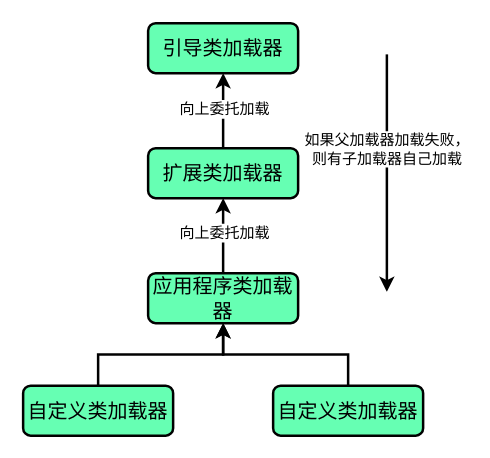
Above: page "双亲委派" (10 of 10) of jvm/jvm内存模型.drawio in LiHuiBin1995/study-java (draw.io), before the change. Source tidied: cells renumbered, new cells numbered last; positions are measured from the earlier drawing's top-left corner, leaving out a move shared by most shapes. Both pictures are drawn from the tidied source at 125%, with x=0, y=0 at pixel (22, 22).
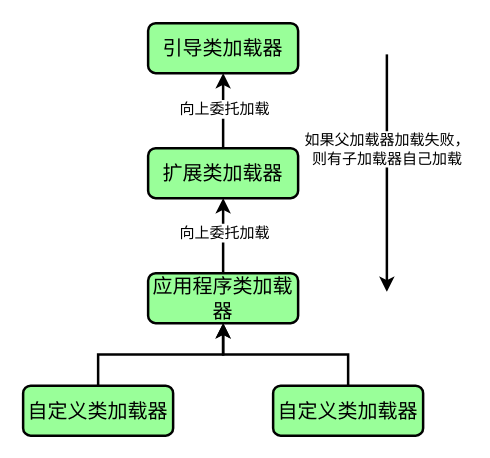
The same diagram, later.

Commit message (it also covers changes not shown here):
更新jvm内存模型.drawio

The edit, as a diff of the source:
```diff
@@
 <mxGraphModel>
   <root>
     <mxCell id="0" />
     <mxCell id="1" parent="0" />
-    <mxCell id="2" value="引导类加载器" style="rounded=1;whiteSpace=wrap;html=1;fontSize=16;fontColor=#000000;strokeColor=#000000;fillColor=#66FFB3;align=center;strokeWidth=2;" parent="1" vertex="1">
+    <mxCell id="2" value="引导类加载器" style="rounded=1;whiteSpace=wrap;html=1;fontSize=16;fontColor=#000000;strokeColor=#000000;fillColor=#99FF99;align=center;strokeWidth=2;" parent="1" vertex="1">
       <mxGeometry x="100" width="120" height="40" as="geometry" />
     </mxCell>
     <mxCell id="3" style="edgeStyle=orthogonalEdgeStyle;rounded=0;jettySize=auto;html=1;exitX=0.5;exitY=0;exitDx=0;exitDy=0;entryX=0.5;entryY=1;entryDx=0;entryDy=0;fontSize=16;fontColor=#000000;endArrow=classic;endFill=1;strokeColor=#000000;strokeWidth=2;fillColor=#007FFF;" parent="1" edge="1" source="5" target="2">
       <mxGeometry relative="1" as="geometry" />
     </mxCell>
     <mxCell id="4" value="向上委托加载" style="edgeLabel;html=1;align=center;verticalAlign=middle;fontSize=12;fontColor=#000000;" parent="3" vertex="1">
       <mxGeometry x="0.07" relative="1" as="geometry" />
     </mxCell>
-    <mxCell id="5" value="扩展类加载器" style="rounded=1;whiteSpace=wrap;html=1;fontSize=16;fontColor=#000000;strokeColor=#000000;fillColor=#66FFB3;align=center;strokeWidth=2;" parent="1" vertex="1">
+    <mxCell id="5" value="扩展类加载器" style="rounded=1;whiteSpace=wrap;html=1;fontSize=16;fontColor=#000000;strokeColor=#000000;fillColor=#99FF99;align=center;strokeWidth=2;" parent="1" vertex="1">
       <mxGeometry x="100" y="100" width="120" height="40" as="geometry" />
     </mxCell>
     <mxCell id="6" style="edgeStyle=orthogonalEdgeStyle;rounded=0;jettySize=auto;html=1;exitX=0.5;exitY=0;exitDx=0;exitDy=0;entryX=0.5;entryY=1;entryDx=0;entryDy=0;fontSize=16;fontColor=#000000;endArrow=classic;endFill=1;strokeColor=#000000;strokeWidth=2;fillColor=#007FFF;" parent="1" edge="1" source="8" target="5">
       <mxGeometry relative="1" as="geometry" />
     </mxCell>
     <mxCell id="7" value="向上委托加载" style="edgeLabel;html=1;align=center;verticalAlign=middle;fontSize=12;fontColor=#000000;" parent="6" vertex="1">
       <mxGeometry x="0.09" relative="1" as="geometry" />
     </mxCell>
-    <mxCell id="8" value="应用程序类加载器" style="rounded=1;whiteSpace=wrap;html=1;fontSize=16;fontColor=#000000;strokeColor=#000000;fillColor=#66FFB3;align=center;strokeWidth=2;" parent="1" vertex="1">
+    <mxCell id="8" value="应用程序类加载器" style="rounded=1;whiteSpace=wrap;html=1;fontSize=16;fontColor=#000000;strokeColor=#000000;fillColor=#99FF99;align=center;strokeWidth=2;" parent="1" vertex="1">
       <mxGeometry x="100" y="200" width="120" height="40" as="geometry" />
     </mxCell>
     <mxCell id="9" style="edgeStyle=orthogonalEdgeStyle;rounded=0;jettySize=auto;html=1;exitX=0.5;exitY=0;exitDx=0;exitDy=0;entryX=0.5;entryY=1;entryDx=0;entryDy=0;fontSize=16;fontColor=#000000;endArrow=classic;endFill=1;strokeColor=#000000;strokeWidth=2;fillColor=#007FFF;" parent="1" edge="1" source="10" target="8">
       <mxGeometry relative="1" as="geometry" />
     </mxCell>
-    <mxCell id="10" value="自定义类加载器" style="rounded=1;whiteSpace=wrap;html=1;fontSize=16;fontColor=#000000;strokeColor=#000000;fillColor=#66FFB3;align=center;strokeWidth=2;" parent="1" vertex="1">
+    <mxCell id="10" value="自定义类加载器" style="rounded=1;whiteSpace=wrap;html=1;fontSize=16;fontColor=#000000;strokeColor=#000000;fillColor=#99FF99;align=center;strokeWidth=2;" parent="1" vertex="1">
       <mxGeometry y="290" width="120" height="40" as="geometry" />
     </mxCell>
     <mxCell id="11" style="edgeStyle=orthogonalEdgeStyle;rounded=0;jettySize=auto;html=1;exitX=0.5;exitY=0;exitDx=0;exitDy=0;entryX=0.5;entryY=1;entryDx=0;entryDy=0;fontSize=16;fontColor=#000000;endArrow=classic;endFill=1;strokeColor=#000000;strokeWidth=2;fillColor=#007FFF;" parent="1" edge="1" source="12" target="8">
       <mxGeometry relative="1" as="geometry" />
     </mxCell>
-    <mxCell id="12" value="自定义类加载器" style="rounded=1;whiteSpace=wrap;html=1;fontSize=16;fontColor=#000000;strokeColor=#000000;fillColor=#66FFB3;align=center;strokeWidth=2;" parent="1" vertex="1">
+    <mxCell id="12" value="自定义类加载器" style="rounded=1;whiteSpace=wrap;html=1;fontSize=16;fontColor=#000000;strokeColor=#000000;fillColor=#99FF99;align=center;strokeWidth=2;" parent="1" vertex="1">
       <mxGeometry x="200" y="290" width="120" height="40" as="geometry" />
     </mxCell>
     <mxCell id="13" style="endArrow=classic;html=1;rounded=0;fontSize=12;fontColor=#000000;strokeColor=#000000;strokeWidth=2;fillColor=#007FFF;" parent="1" edge="1">
       <mxGeometry relative="1" as="geometry">
         <mxPoint x="291" y="25" as="sourcePoint" />
         <mxPoint x="291" y="215" as="targetPoint" />
       </mxGeometry>
     </mxCell>
     <mxCell id="14" value="如果父加载器加载失败，&lt;br&gt;则有子加载器自己加载" style="edgeLabel;html=1;align=center;verticalAlign=middle;fontSize=12;fontColor=#000000;" parent="13" vertex="1">
       <mxGeometry x="-0.21" y="-1" relative="1" as="geometry" />
     </mxCell>
   </root>
 </mxGraphModel>
```
